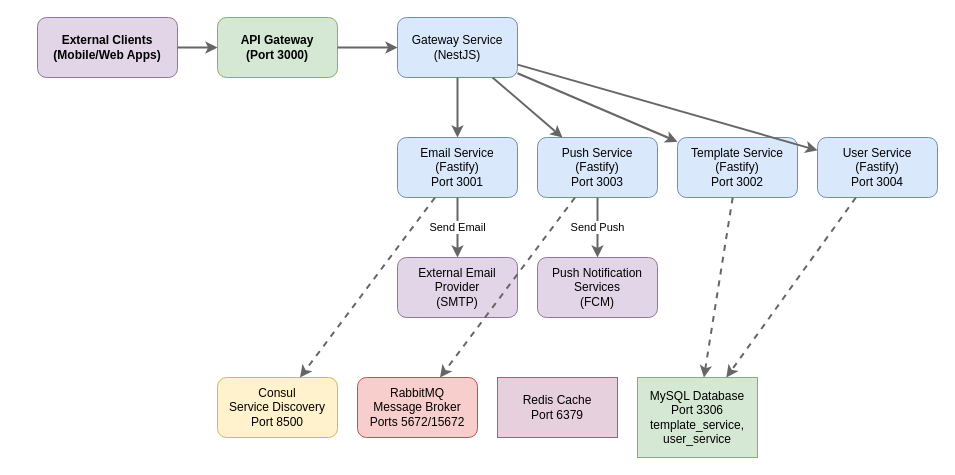
Before: system-design.drawio in OgoNelson/Distributed-Notification-System, a draw.io diagram. Source tidied: cells renumbered, new cells numbered last; positions are measured from the earlier drawing's top-left corner, leaving out a move shared by most shapes. Both pictures are drawn from the tidied source at 100%, with x=0, y=0 at pixel (37, 17).
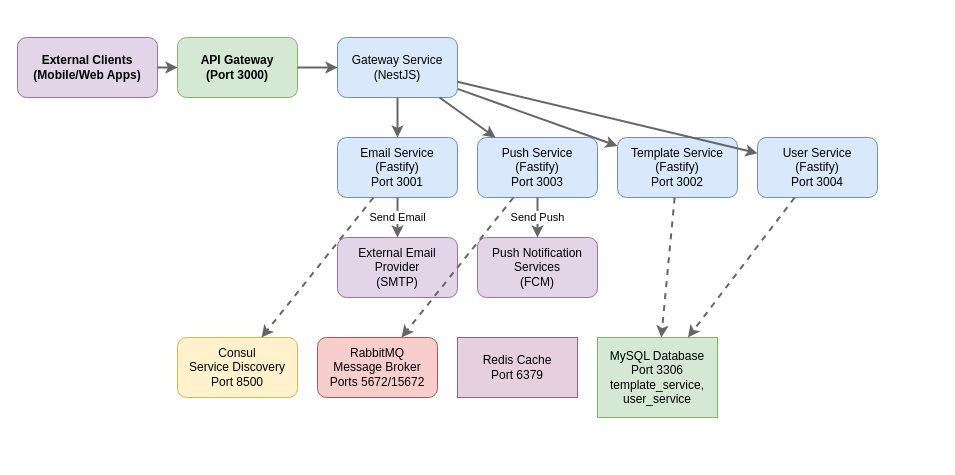
The same diagram, later.

Commit message:
feat: system design

The edit, as a diff of the source:
```diff
@@
     <mxCell id="2" value="External Clients&#10;(Mobile/Web Apps)" style="rounded=1;whiteSpace=wrap;html=1;fontSize=12;fontStyle=1;fillColor=#e1d5e7;strokeColor=#9673a6;" parent="1" vertex="1">
-      <mxGeometry width="140" height="60" as="geometry" />
+      <mxGeometry x="-20" y="20" width="140" height="60" as="geometry" />
     </mxCell>
     <mxCell id="3" value="API Gateway&#10;(Port 3000)" style="rounded=1;whiteSpace=wrap;html=1;fontSize=12;fontStyle=1;fillColor=#d5e8d4;strokeColor=#82b366;" parent="1" vertex="1">
-      <mxGeometry x="180" width="120" height="60" as="geometry" />
+      <mxGeometry x="140" y="20" width="120" height="60" as="geometry" />
     </mxCell>
     <mxCell id="4" value="Gateway Service&#10;(NestJS)" style="rounded=1;whiteSpace=wrap;html=1;fontSize=12;fillColor=#dae8fc;strokeColor=#6c8ebf;" parent="1" vertex="1">
-      <mxGeometry x="360" width="120" height="60" as="geometry" />
+      <mxGeometry x="300" y="20" width="120" height="60" as="geometry" />
     </mxCell>
     <mxCell id="5" value="Email Service&#10;(Fastify)&#10;Port 3001" style="rounded=1;whiteSpace=wrap;html=1;fontSize=12;fillColor=#dae8fc;strokeColor=#6c8ebf;" parent="1" vertex="1">
-      <mxGeometry x="360" y="120" width="120" height="60" as="geometry" />
+      <mxGeometry x="300" y="120" width="120" height="60" as="geometry" />
     </mxCell>
     <mxCell id="6" value="Push Service&#10;(Fastify)&#10;Port 3003" style="rounded=1;whiteSpace=wrap;html=1;fontSize=12;fillColor=#dae8fc;strokeColor=#6c8ebf;" parent="1" vertex="1">
-      <mxGeometry x="500" y="120" width="120" height="60" as="geometry" />
+      <mxGeometry x="440" y="120" width="120" height="60" as="geometry" />
     </mxCell>
     <mxCell id="7" value="Template Service&#10;(Fastify)&#10;Port 3002" style="rounded=1;whiteSpace=wrap;html=1;fontSize=12;fillColor=#dae8fc;strokeColor=#6c8ebf;" parent="1" vertex="1">
-      <mxGeometry x="640" y="120" width="120" height="60" as="geometry" />
+      <mxGeometry x="580" y="120" width="120" height="60" as="geometry" />
     </mxCell>
     <mxCell id="8" value="User Service&#10;(Fastify)&#10;Port 3004" style="rounded=1;whiteSpace=wrap;html=1;fontSize=12;fillColor=#dae8fc;strokeColor=#6c8ebf;" parent="1" vertex="1">
-      <mxGeometry x="780" y="120" width="120" height="60" as="geometry" />
+      <mxGeometry x="720" y="120" width="120" height="60" as="geometry" />
     </mxCell>
-    <mxCell id="9" value="External Email&lt;br&gt;Provider&lt;br&gt;(SMTP)" style="rounded=1;whiteSpace=wrap;html=1;fontSize=12;fillColor=#e1d5e7;strokeColor=#9673a6;" parent="1" vertex="1">
-      <mxGeometry x="360" y="240" width="120" height="60" as="geometry" />
+    <mxCell id="9" value="External Email&#10;Provider&#10;(SMTP)" style="rounded=1;whiteSpace=wrap;html=1;fontSize=12;fillColor=#e1d5e7;strokeColor=#9673a6;" parent="1" vertex="1">
+      <mxGeometry x="300" y="220" width="120" height="60" as="geometry" />
     </mxCell>
-    <mxCell id="10" value="Push Notification&lt;br&gt;Services&lt;br&gt;(FCM)" style="rounded=1;whiteSpace=wrap;html=1;fontSize=12;fillColor=#e1d5e7;strokeColor=#9673a6;" parent="1" vertex="1">
-      <mxGeometry x="500" y="240" width="120" height="60" as="geometry" />
+    <mxCell id="10" value="Push Notification&#10;Services&#10;(FCM)" style="rounded=1;whiteSpace=wrap;html=1;fontSize=12;fillColor=#e1d5e7;strokeColor=#9673a6;" parent="1" vertex="1">
+      <mxGeometry x="440" y="220" width="120" height="60" as="geometry" />
     </mxCell>
     <mxCell id="11" value="Consul&#10;Service Discovery&#10;Port 8500" style="rounded=1;whiteSpace=wrap;html=1;fontSize=12;fillColor=#fff2cc;strokeColor=#d6b656;" parent="1" vertex="1">
-      <mxGeometry x="180" y="360" width="120" height="60" as="geometry" />
+      <mxGeometry x="140" y="320" width="120" height="60" as="geometry" />
     </mxCell>
     <mxCell id="12" value="RabbitMQ&#10;Message Broker&#10;Ports 5672/15672" style="rounded=1;whiteSpace=wrap;html=1;fontSize=12;fillColor=#f8cecc;strokeColor=#b85450;" parent="1" vertex="1">
-      <mxGeometry x="320" y="360" width="120" height="60" as="geometry" />
+      <mxGeometry x="280" y="320" width="120" height="60" as="geometry" />
     </mxCell>
     <mxCell id="13" value="Redis Cache&#10;Port 6379" style="cylinder;whiteSpace=wrap;html=1;boundedLbl=1;backgroundOutline=1;fontSize=12;fillColor=#e6d0de;strokeColor=#996185;" parent="1" vertex="1">
-      <mxGeometry x="460" y="360" width="120" height="60" as="geometry" />
+      <mxGeometry x="420" y="320" width="120" height="60" as="geometry" />
     </mxCell>
     <mxCell id="14" value="MySQL Database&#10;Port 3306&#10;template_service, user_service" style="cylinder;whiteSpace=wrap;html=1;boundedLbl=1;backgroundOutline=1;fontSize=12;fillColor=#d5e8d4;strokeColor=#82b366;" parent="1" vertex="1">
-      <mxGeometry x="600" y="360" width="120" height="80" as="geometry" />
+      <mxGeometry x="560" y="320" width="120" height="80" as="geometry" />
     </mxCell>
```
